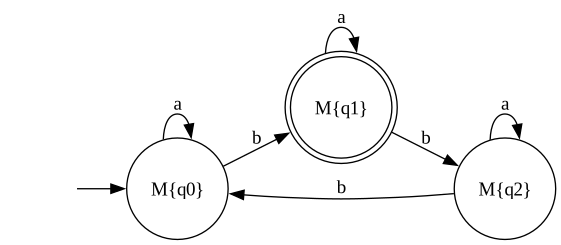
Before: Tarea1/automaton1_minimized.png, a diagram exported from Graphviz (MatiasEng/FundamentosCsComputacion). Its source is kept beside it as Tarea1/automaton1_minimized.dot.
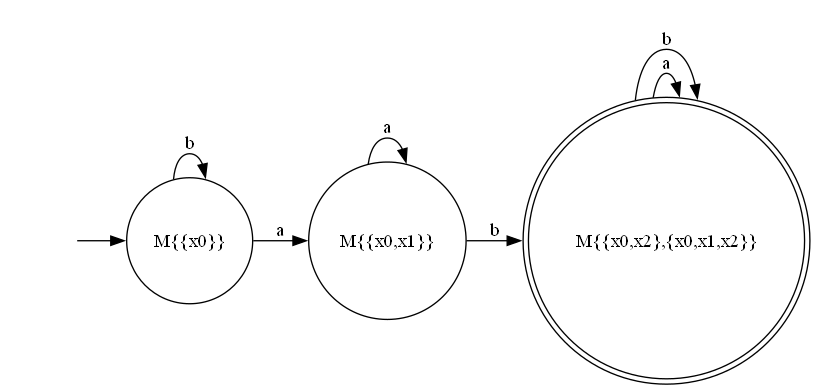
The same diagram one commit later.

Change to the diagram source:
```diff
@@ -1,13 +1,13 @@
 digraph Automata {
   rankdir=LR;
   "" [shape=none];
-  "M{q1}" [shape=doublecircle];
+  "M{{q2}}" [shape=doublecircle];
   node [shape=circle];
-  "" -> "M{q0}";
-  "M{q0}" -> "M{q0}" [label="a"];
-  "M{q0}" -> "M{q1}" [label="b"];
-  "M{q2}" -> "M{q2}" [label="a"];
-  "M{q2}" -> "M{q0}" [label="b"];
-  "M{q1}" -> "M{q1}" [label="a"];
-  "M{q1}" -> "M{q2}" [label="b"];
+  "" -> "M{{q0,q1}}";
+  "M{{q0,q1}}" -> "M{{q0,q1}}" [label="a"];
+  "M{{q0,q1}}" -> "M{{q2}}" [label="b"];
+  "M{{q2}}" -> "M{{TRAP}}" [label="a"];
+  "M{{q2}}" -> "M{{TRAP}}" [label="b"];
+  "M{{TRAP}}" -> "M{{TRAP}}" [label="a"];
+  "M{{TRAP}}" -> "M{{TRAP}}" [label="b"];
 }
```
